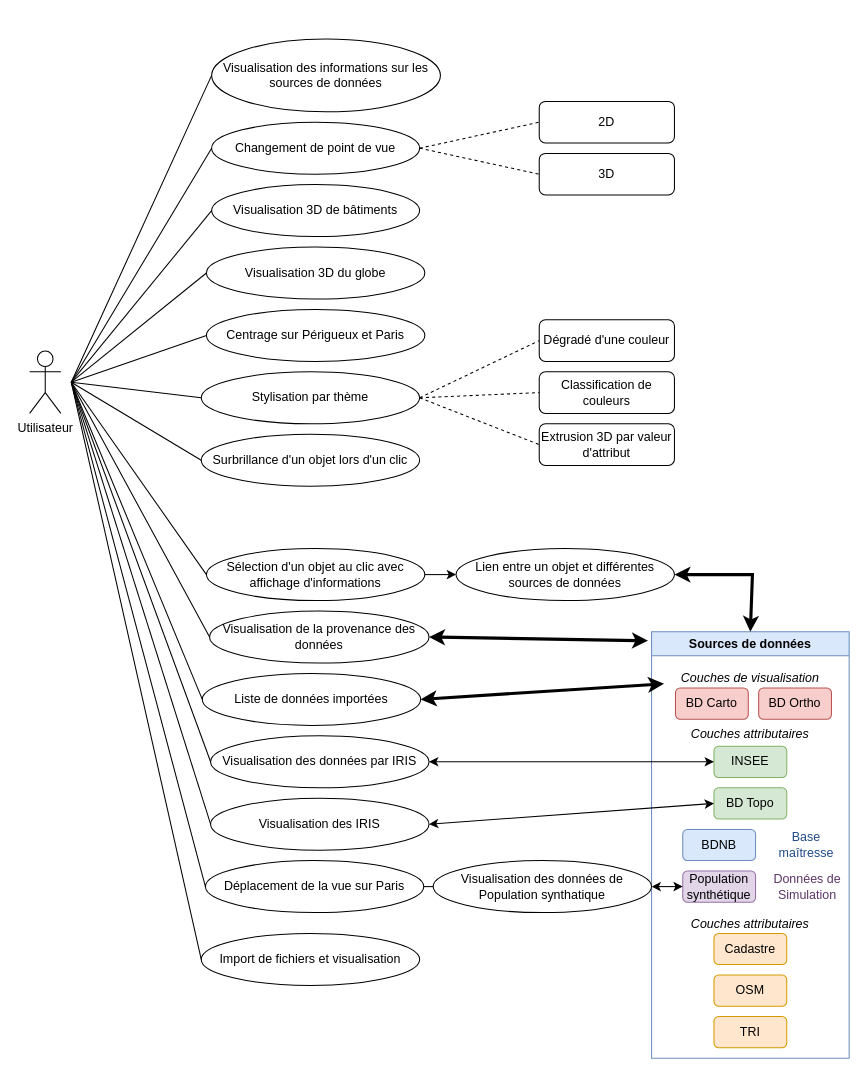
Above: Use_case.drawio in EnzoVenon/Gemini_numeriques (draw.io), before the change. Source tidied: cells renumbered, new cells numbered last; positions are measured from the earlier drawing's top-left corner, leaving out a move shared by most shapes. Both pictures are drawn from the tidied source at 104%, with x=0, y=0 at pixel (29, 38).
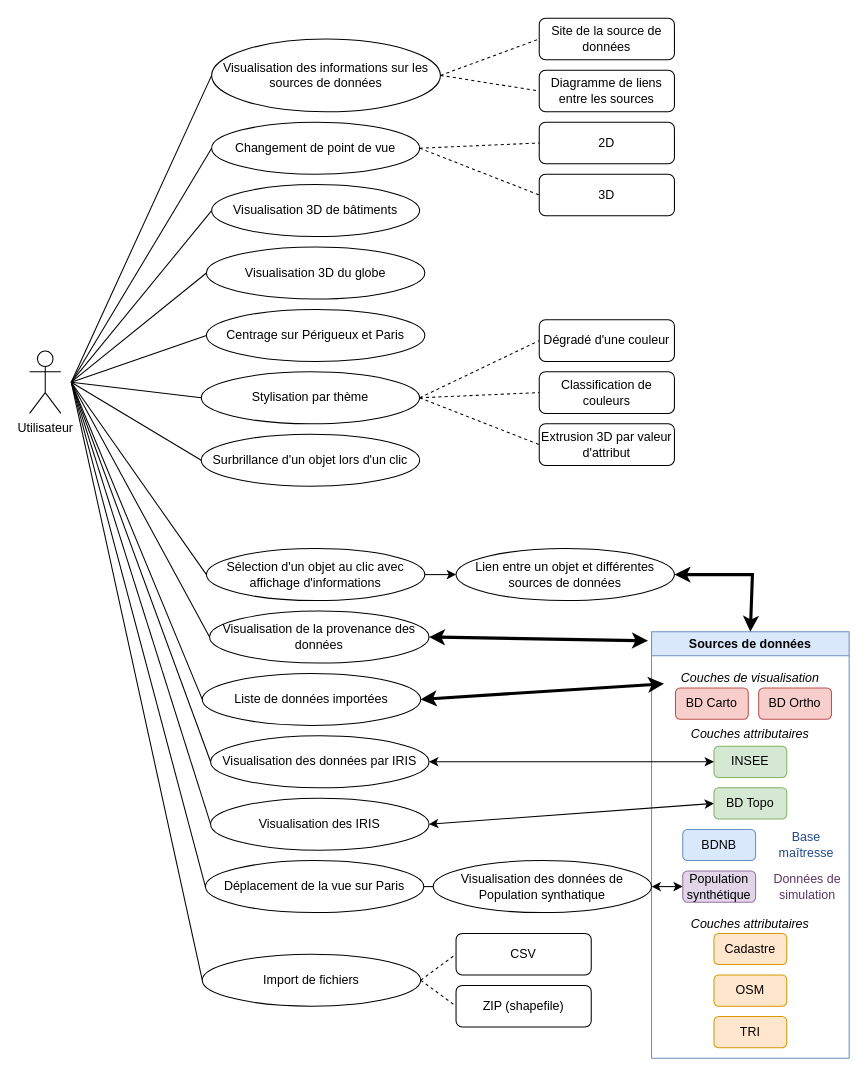
After the change.

Commit message:
Adding legend and another fonctionnalitiy

The change refers to these unchanged cells:
```xml
<mxCell id="16" value="Sources de données" style="swimlane;whiteSpace=wrap;html=1;fillColor=#dae8fc;strokeColor=#6c8ebf;" parent="1" vertex="1">
  <mxGeometry x="598" y="570" width="190" height="410" as="geometry" />
</mxCell>
<mxCell id="61" value="Visualisation des informations sur les sources de données" style="ellipse;whiteSpace=wrap;html=1;" parent="1" vertex="1">
  <mxGeometry x="175" width="220" height="70" as="geometry" />
</mxCell>
```

Diff of the diagram source:
```diff
@@
-    <mxCell id="29" value="Données de Simulation" style="text;html=1;strokeColor=none;fillColor=none;align=center;verticalAlign=middle;whiteSpace=wrap;rounded=0;fontColor=#5c3566;" parent="16" vertex="1">
+    <mxCell id="29" value="Données de simulation" style="text;html=1;strokeColor=none;fillColor=none;align=center;verticalAlign=middle;whiteSpace=wrap;rounded=0;fontColor=#5c3566;" parent="16" vertex="1">
       <mxGeometry x="115" y="230" width="70" height="30" as="geometry" />
     </mxCell>
@@
     <mxCell id="47" value="2D" style="rounded=1;whiteSpace=wrap;html=1;" parent="1" vertex="1">
-      <mxGeometry x="490" y="60" width="130" height="40" as="geometry" />
+      <mxGeometry x="490" y="80" width="130" height="40" as="geometry" />
     </mxCell>
     <mxCell id="48" value="3D" style="rounded=1;whiteSpace=wrap;html=1;" parent="1" vertex="1">
-      <mxGeometry x="490" y="110" width="130" height="40" as="geometry" />
+      <mxGeometry x="490" y="130" width="130" height="40" as="geometry" />
     </mxCell>
@@
-    <mxCell id="57" value="Import de fichiers et visualisation" style="ellipse;whiteSpace=wrap;html=1;" parent="1" vertex="1">
-      <mxGeometry x="165" y="860" width="210" height="50" as="geometry" />
+    <mxCell id="57" value="Import de fichiers" style="ellipse;whiteSpace=wrap;html=1;" parent="1" vertex="1">
+      <mxGeometry x="166" y="880" width="210" height="50" as="geometry" />
     </mxCell>
@@
+    <mxCell id="66" value="CSV" style="rounded=1;whiteSpace=wrap;html=1;" parent="1" vertex="1">
+      <mxGeometry x="410" y="860" width="130" height="40" as="geometry" />
+    </mxCell>
+    <mxCell id="67" value="ZIP (shapefile)" style="rounded=1;whiteSpace=wrap;html=1;" parent="1" vertex="1">
+      <mxGeometry x="410" y="910" width="130" height="40" as="geometry" />
+    </mxCell>
+    <mxCell id="68" style="endArrow=none;dashed=1;html=1;rounded=0;entryX=0;entryY=0.5;entryDx=0;entryDy=0;exitX=1;exitY=0.5;exitDx=0;exitDy=0;" parent="1" edge="1" source="57" target="66">
+      <mxGeometry relative="1" as="geometry" />
+    </mxCell>
+    <mxCell id="69" style="endArrow=none;dashed=1;html=1;rounded=0;entryX=0;entryY=0.5;entryDx=0;entryDy=0;exitX=1;exitY=0.5;exitDx=0;exitDy=0;" parent="1" edge="1" source="57" target="67">
+      <mxGeometry relative="1" as="geometry" />
+    </mxCell>
+    <mxCell id="70" value="Site de la source de données" style="rounded=1;whiteSpace=wrap;html=1;" parent="1" vertex="1">
+      <mxGeometry x="490" y="-20" width="130" height="40" as="geometry" />
+    </mxCell>
+    <mxCell id="71" value="Diagramme de liens entre les sources" style="rounded=1;whiteSpace=wrap;html=1;" parent="1" vertex="1">
+      <mxGeometry x="490" y="30" width="130" height="40" as="geometry" />
+    </mxCell>
+    <mxCell id="72" style="endArrow=none;dashed=1;html=1;rounded=0;entryX=0;entryY=0.5;entryDx=0;entryDy=0;exitX=1;exitY=0.5;exitDx=0;exitDy=0;" parent="1" edge="1" source="61" target="70">
+      <mxGeometry relative="1" as="geometry" />
+    </mxCell>
+    <mxCell id="73" style="endArrow=none;dashed=1;html=1;rounded=0;entryX=0;entryY=0.5;entryDx=0;entryDy=0;exitX=1;exitY=0.5;exitDx=0;exitDy=0;" parent="1" edge="1" source="61" target="71">
+      <mxGeometry relative="1" as="geometry" />
+    </mxCell>
```
